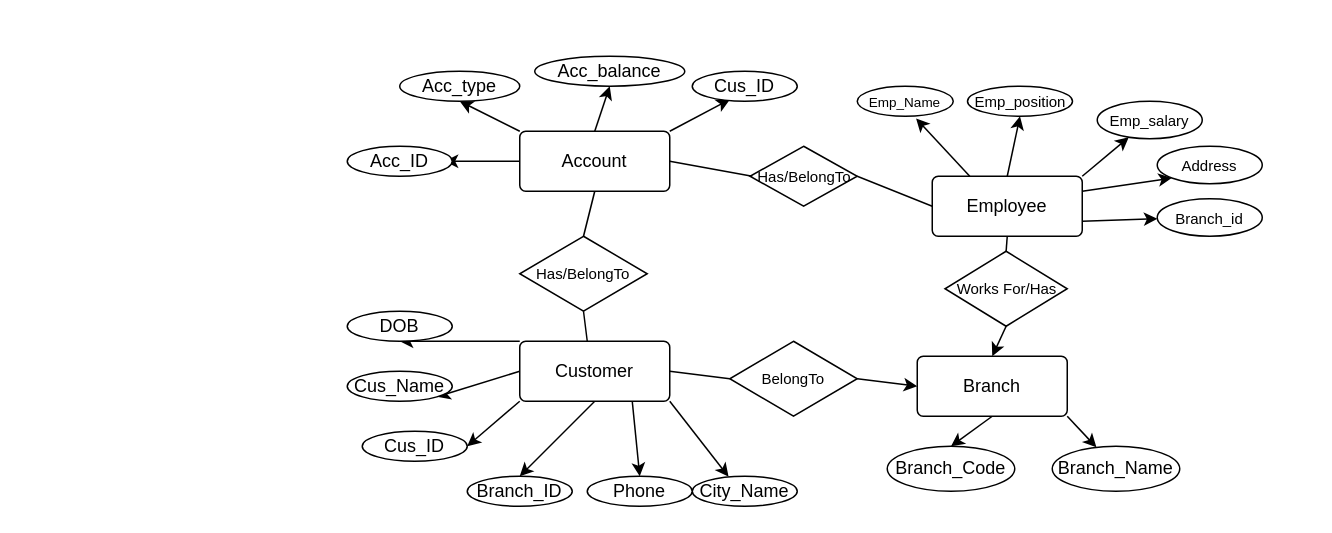
Before: banking-api/design/bankerd.drawio in kerick-jeff/banking-api, a draw.io diagram. Source tidied: cells renumbered, new cells numbered last; positions are measured from the earlier drawing's top-left corner, leaving out a move shared by most shapes. Both pictures are drawn from the tidied source at 150%, with x=0, y=0 at pixel (346, 56).
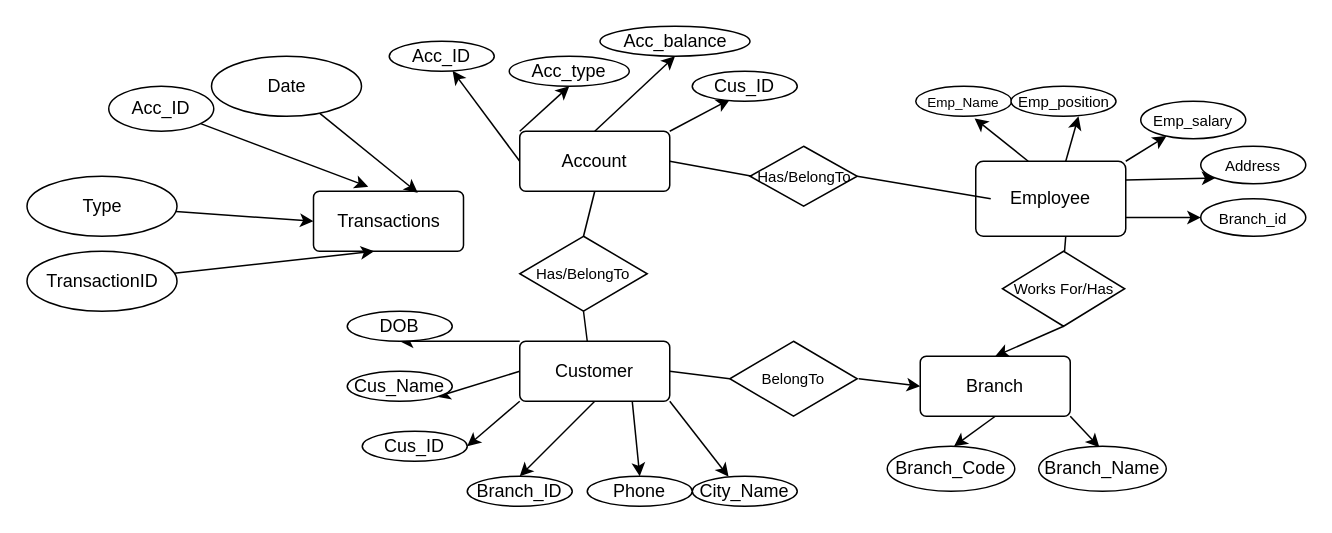
The same diagram, later.

The change refers to these unchanged cells:
```xml
<mxCell id="33" value="Branch_Code" style="ellipse;whiteSpace=wrap;html=1;align=center;" parent="1" vertex="1">
  <mxGeometry x="360" y="260" width="85" height="30" as="geometry" />
</mxCell>
<mxCell id="46" value="BelongTo" style="shape=rhombus;perimeter=rhombusPerimeter;whiteSpace=wrap;html=1;align=center;fontSize=10;" parent="1" vertex="1">
  <mxGeometry x="255" y="190" width="85" height="50" as="geometry" />
</mxCell>
<mxCell id="48" value="Has/BelongTo" style="shape=rhombus;perimeter=rhombusPerimeter;whiteSpace=wrap;html=1;align=center;fontSize=10;" parent="1" vertex="1">
  <mxGeometry x="268.5" y="60" width="71.5" height="40" as="geometry" />
</mxCell>
```

Diff of the diagram source:
```diff
@@
-    <mxCell id="4" style="edgeStyle=none;html=1;exitX=0;exitY=0.5;exitDx=0;exitDy=0;entryX=1;entryY=0.5;entryDx=0;entryDy=0;" parent="1" edge="1">
+    <mxCell id="4" style="edgeStyle=none;html=1;exitX=0;exitY=0.5;exitDx=0;exitDy=0;" parent="1" edge="1" target="6">
       <mxGeometry relative="1" as="geometry">
         <mxPoint x="115" y="70" as="sourcePoint" />
-        <mxPoint x="65" y="70" as="targetPoint" />
       </mxGeometry>
     </mxCell>
@@
     <mxCell id="6" value="Acc_ID" style="ellipse;whiteSpace=wrap;html=1;align=center;" parent="1" vertex="1">
-      <mxGeometry y="60" width="70" height="20" as="geometry" />
+      <mxGeometry x="28" y="-10" width="70" height="20" as="geometry" />
     </mxCell>
     <mxCell id="7" value="Acc_type" style="ellipse;whiteSpace=wrap;html=1;align=center;" parent="1" vertex="1">
-      <mxGeometry x="35" y="10" width="80" height="20" as="geometry" />
+      <mxGeometry x="108" width="80" height="20" as="geometry" />
     </mxCell>
@@
     <mxCell id="9" value="Acc_balance" style="ellipse;whiteSpace=wrap;html=1;align=center;" parent="1" vertex="1">
-      <mxGeometry x="125" width="100" height="20" as="geometry" />
+      <mxGeometry x="168.5" y="-20" width="100" height="20" as="geometry" />
     </mxCell>
@@
-    <mxCell id="24" style="edgeStyle=none;html=1;exitX=0.25;exitY=0;exitDx=0;exitDy=0;entryX=0.613;entryY=1.071;entryDx=0;entryDy=0;entryPerimeter=0;fontSize=10;" parent="1" edge="1" source="29" target="35">
-      <mxGeometry relative="1" as="geometry" />
+    <mxCell id="24" style="edgeStyle=none;html=1;exitX=0.25;exitY=0;exitDx=0;exitDy=0;entryX=0.613;entryY=1.071;entryDx=0;entryDy=0;entryPerimeter=0;fontSize=10;" parent="1" edge="1" target="35">
+      <mxGeometry relative="1" as="geometry">
+        <mxPoint x="454" y="70" as="sourcePoint" />
+      </mxGeometry>
     </mxCell>
-    <mxCell id="25" style="edgeStyle=none;html=1;exitX=0.5;exitY=0;exitDx=0;exitDy=0;entryX=0.5;entryY=1;entryDx=0;entryDy=0;fontSize=10;" parent="1" edge="1" source="29" target="36">
-      <mxGeometry relative="1" as="geometry" />
+    <mxCell id="25" style="edgeStyle=none;html=1;exitX=0.5;exitY=0;exitDx=0;exitDy=0;entryX=0.5;entryY=1;entryDx=0;entryDy=0;fontSize=10;" parent="1" edge="1">
+      <mxGeometry relative="1" as="geometry">
+        <mxPoint x="479" y="70" as="sourcePoint" />
+        <mxPoint x="487.5" y="40" as="targetPoint" />
+      </mxGeometry>
     </mxCell>
@@
     <mxCell id="29" value="Employee" style="rounded=1;arcSize=10;whiteSpace=wrap;html=1;align=center;" parent="1" vertex="1">
-      <mxGeometry x="390" y="80" width="100" height="40" as="geometry" />
+      <mxGeometry x="419" y="70" width="100" height="50" as="geometry" />
     </mxCell>
-    <mxCell id="30" style="edgeStyle=none;html=1;exitX=0.5;exitY=1;exitDx=0;exitDy=0;entryX=0.5;entryY=0;entryDx=0;entryDy=0;" parent="1" edge="1" source="32" target="33">
-      <mxGeometry relative="1" as="geometry" />
+    <mxCell id="30" style="edgeStyle=none;html=1;exitX=0.5;exitY=1;exitDx=0;exitDy=0;entryX=0.5;entryY=0;entryDx=0;entryDy=0;" parent="1" edge="1" source="32">
+      <mxGeometry relative="1" as="geometry">
+        <mxPoint x="404.5" y="260" as="targetPoint" />
+      </mxGeometry>
     </mxCell>
-    <mxCell id="31" style="edgeStyle=none;html=1;exitX=1;exitY=1;exitDx=0;exitDy=0;" parent="1" edge="1" source="32" target="34">
-      <mxGeometry relative="1" as="geometry" />
+    <mxCell id="31" style="edgeStyle=none;html=1;exitX=1;exitY=1;exitDx=0;exitDy=0;" parent="1" edge="1" source="32">
+      <mxGeometry relative="1" as="geometry">
+        <mxPoint x="501.4" y="260.7" as="targetPoint" />
+      </mxGeometry>
     </mxCell>
     <mxCell id="32" value="Branch" style="rounded=1;arcSize=10;whiteSpace=wrap;html=1;align=center;" parent="1" vertex="1">
-      <mxGeometry x="380" y="200" width="100" height="40" as="geometry" />
+      <mxGeometry x="382" y="200" width="100" height="40" as="geometry" />
     </mxCell>
@@
     <mxCell id="34" value="Branch_Name" style="ellipse;whiteSpace=wrap;html=1;align=center;" parent="1" vertex="1">
-      <mxGeometry x="470" y="260" width="85" height="30" as="geometry" />
+      <mxGeometry x="461" y="260" width="85" height="30" as="geometry" />
     </mxCell>
     <mxCell id="35" value="&lt;font style=&quot;font-size: 9px&quot;&gt;Emp_Name&lt;/font&gt;" style="ellipse;whiteSpace=wrap;html=1;align=center;" parent="1" vertex="1">
-      <mxGeometry x="340" y="20" width="64" height="20" as="geometry" />
+      <mxGeometry x="379" y="20" width="64" height="20" as="geometry" />
     </mxCell>
     <mxCell id="36" value="&lt;font style=&quot;font-size: 10px&quot;&gt;Emp_position&lt;/font&gt;" style="ellipse;whiteSpace=wrap;html=1;align=center;" parent="1" vertex="1">
-      <mxGeometry x="413.5" y="20" width="70" height="20" as="geometry" />
+      <mxGeometry x="442.5" y="20" width="70" height="20" as="geometry" />
     </mxCell>
     <mxCell id="37" value="&lt;font style=&quot;font-size: 10px&quot;&gt;Emp_salary&lt;/font&gt;" style="ellipse;whiteSpace=wrap;html=1;align=center;" parent="1" vertex="1">
-      <mxGeometry x="500" y="30" width="70" height="25" as="geometry" />
+      <mxGeometry x="529" y="30" width="70" height="25" as="geometry" />
     </mxCell>
     <mxCell id="38" value="&lt;font style=&quot;font-size: 10px&quot;&gt;Address&lt;/font&gt;" style="ellipse;whiteSpace=wrap;html=1;align=center;" parent="1" vertex="1">
-      <mxGeometry x="540" y="60" width="70" height="25" as="geometry" />
+      <mxGeometry x="569" y="60" width="70" height="25" as="geometry" />
     </mxCell>
     <mxCell id="39" value="&lt;font style=&quot;font-size: 10px&quot;&gt;Branch_id&lt;/font&gt;" style="ellipse;whiteSpace=wrap;html=1;align=center;" parent="1" vertex="1">
-      <mxGeometry x="540" y="95" width="70" height="25" as="geometry" />
+      <mxGeometry x="569" y="95" width="70" height="25" as="geometry" />
     </mxCell>
@@
     <mxCell id="44" value="Works For/Has" style="shape=rhombus;perimeter=rhombusPerimeter;whiteSpace=wrap;html=1;align=center;fontSize=10;" parent="1" vertex="1">
-      <mxGeometry x="398.5" y="130" width="81.5" height="50" as="geometry" />
+      <mxGeometry x="436.8" y="130" width="81.5" height="50" as="geometry" />
     </mxCell>
-    <mxCell id="45" style="edgeStyle=none;html=1;exitX=1;exitY=0.5;exitDx=0;exitDy=0;entryX=0;entryY=0.5;entryDx=0;entryDy=0;fontSize=10;" parent="1" edge="1" source="46" target="32">
-      <mxGeometry relative="1" as="geometry" />
+    <mxCell id="45" style="edgeStyle=none;html=1;exitX=1;exitY=0.5;exitDx=0;exitDy=0;entryX=0;entryY=0.5;entryDx=0;entryDy=0;fontSize=10;" parent="1" edge="1" target="32">
+      <mxGeometry relative="1" as="geometry">
+        <mxPoint x="341" y="215" as="sourcePoint" />
+      </mxGeometry>
     </mxCell>
@@
-    <mxCell id="49" style="endArrow=none;html=1;rounded=0;fontSize=10;exitX=1;exitY=0.5;exitDx=0;exitDy=0;entryX=0;entryY=0.5;entryDx=0;entryDy=0;" parent="1" edge="1" source="48" target="29">
-      <mxGeometry relative="1" as="geometry" />
+    <mxCell id="49" style="endArrow=none;html=1;rounded=0;fontSize=10;exitX=1;exitY=0.5;exitDx=0;exitDy=0;entryX=0;entryY=0.5;entryDx=0;entryDy=0;" parent="1" edge="1" source="48">
+      <mxGeometry relative="1" as="geometry">
+        <mxPoint x="429" y="95" as="targetPoint" />
+      </mxGeometry>
     </mxCell>
@@
-    <mxCell id="51" style="endArrow=none;html=1;rounded=0;fontSize=10;exitX=0.5;exitY=1;exitDx=0;exitDy=0;entryX=0.5;entryY=0;entryDx=0;entryDy=0;" parent="1" edge="1" source="29" target="44">
-      <mxGeometry relative="1" as="geometry" />
+    <mxCell id="51" style="endArrow=none;html=1;rounded=0;fontSize=10;exitX=0.5;exitY=1;exitDx=0;exitDy=0;entryX=0.5;entryY=0;entryDx=0;entryDy=0;" parent="1" edge="1">
+      <mxGeometry relative="1" as="geometry">
+        <mxPoint x="479" y="120" as="sourcePoint" />
+        <mxPoint x="478.2" y="130" as="targetPoint" />
+      </mxGeometry>
     </mxCell>
+    <mxCell id="52" value="Transactions&lt;br&gt;" style="rounded=1;arcSize=10;whiteSpace=wrap;html=1;align=center;" parent="1" vertex="1">
+      <mxGeometry x="-22.5" y="90" width="100" height="40" as="geometry" />
+    </mxCell>
+    <mxCell id="53" style="edgeStyle=none;html=1;entryX=0.365;entryY=-0.075;entryDx=0;entryDy=0;entryPerimeter=0;" parent="1" edge="1" source="54" target="52">
+      <mxGeometry relative="1" as="geometry" />
+    </mxCell>
+    <mxCell id="54" value="Acc_ID" style="ellipse;whiteSpace=wrap;html=1;align=center;" parent="1" vertex="1">
+      <mxGeometry x="-159" y="20" width="70" height="30" as="geometry" />
+    </mxCell>
+    <mxCell id="55" style="edgeStyle=none;html=1;entryX=0.405;entryY=1;entryDx=0;entryDy=0;entryPerimeter=0;" parent="1" edge="1" source="56" target="52">
+      <mxGeometry relative="1" as="geometry" />
+    </mxCell>
+    <mxCell id="56" value="TransactionID" style="ellipse;whiteSpace=wrap;html=1;align=center;" parent="1" vertex="1">
+      <mxGeometry x="-213.5" y="130" width="100" height="40" as="geometry" />
+    </mxCell>
+    <mxCell id="57" style="edgeStyle=none;html=1;entryX=0.695;entryY=0.025;entryDx=0;entryDy=0;entryPerimeter=0;" parent="1" edge="1" source="58" target="52">
+      <mxGeometry relative="1" as="geometry" />
+    </mxCell>
+    <mxCell id="58" value="Date" style="ellipse;whiteSpace=wrap;html=1;align=center;" parent="1" vertex="1">
+      <mxGeometry x="-90.5" width="100" height="40" as="geometry" />
+    </mxCell>
+    <mxCell id="59" style="edgeStyle=none;html=1;entryX=0;entryY=0.5;entryDx=0;entryDy=0;" parent="1" edge="1" source="60" target="52">
+      <mxGeometry relative="1" as="geometry" />
+    </mxCell>
+    <mxCell id="60" value="Type" style="ellipse;whiteSpace=wrap;html=1;align=center;" parent="1" vertex="1">
+      <mxGeometry x="-213.5" y="80" width="100" height="40" as="geometry" />
+    </mxCell>
```
